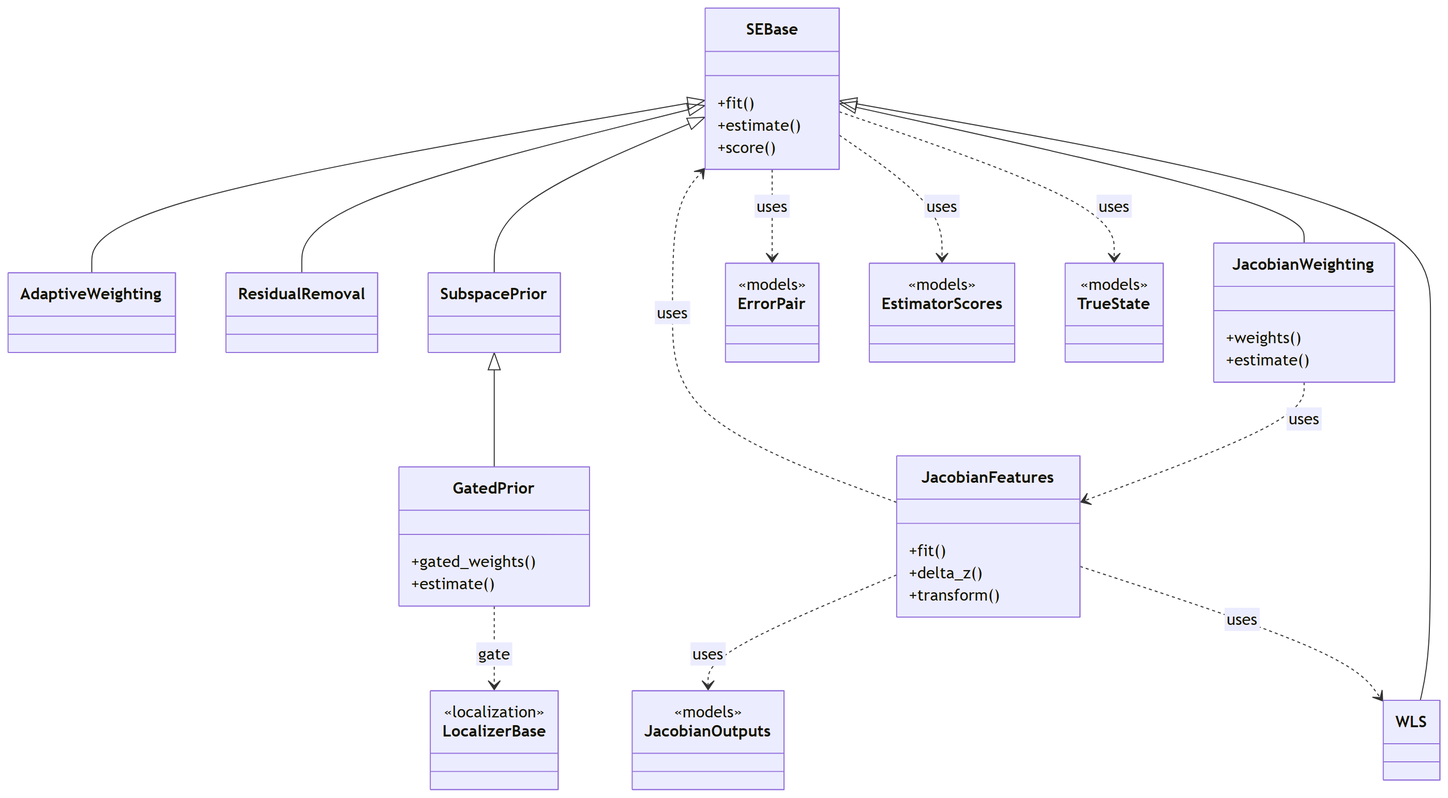
This is docs/figures/diagrams/classes_estimation.png from myersben9/fdia-graph, a Mermaid export, as it was before one commit. Its source is kept beside it as docs/figures/diagrams/classes_estimation.mmd. Source of this version:
```mermaid
classDiagram
    class SEBase {
        +fit()
        +estimate()
        +score()
    }
    class WLS {
    }
    class AdaptiveWeighting {
    }
    class ResidualRemoval {
    }
    class SubspacePrior {
    }
    class JacobianWeighting {
        +weights()
        +estimate()
    }
    class GatedPrior {
        +gated_weights()
        +estimate()
    }
    class JacobianFeatures {
        +fit()
        +delta_z()
        +transform()
    }
    class ErrorPair {
        <<models>>
    }
    class EstimatorScores {
        <<models>>
    }
    class JacobianOutputs {
        <<models>>
    }
    class LocalizerBase {
        <<localization>>
    }
    class TrueState {
        <<models>>
    }
    SEBase <|-- AdaptiveWeighting
    SEBase <|-- JacobianWeighting
    SEBase <|-- ResidualRemoval
    SEBase <|-- SubspacePrior
    SEBase <|-- WLS
    SubspacePrior <|-- GatedPrior
    GatedPrior ..> LocalizerBase : gate
    JacobianFeatures ..> JacobianOutputs : uses
    JacobianFeatures ..> SEBase : uses
    JacobianFeatures ..> WLS : uses
    JacobianWeighting ..> JacobianFeatures : uses
    SEBase ..> ErrorPair : uses
    SEBase ..> EstimatorScores : uses
    SEBase ..> TrueState : uses
```
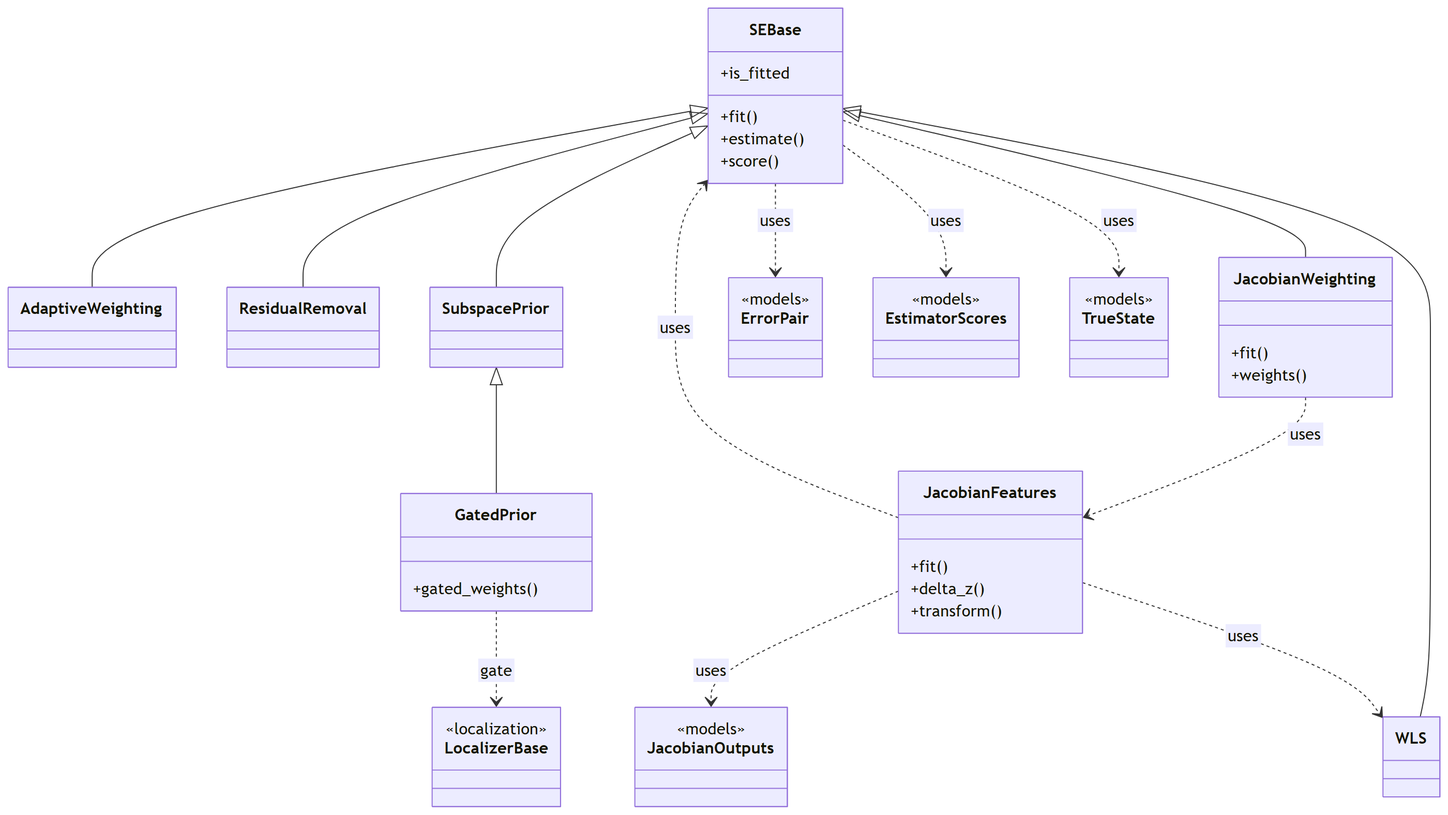
The same file after the commit.

Diff of the diagram source:
```diff
@@ -1,6 +1,7 @@
 classDiagram
     class SEBase {
         +fit()
+        +is_fitted
         +estimate()
         +score()
     }
@@ -13,12 +14,11 @@
     class SubspacePrior {
     }
     class JacobianWeighting {
+        +fit()
         +weights()
-        +estimate()
     }
     class GatedPrior {
         +gated_weights()
-        +estimate()
     }
     class JacobianFeatures {
         +fit()
```
